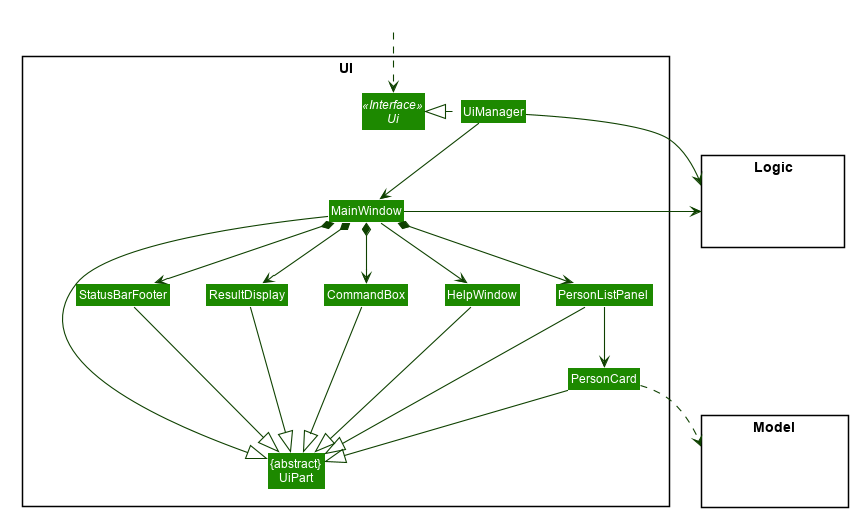
The PlantUML diagram docs/images/UiClassDiagram.png in nus-cs2103-AY1920S2/addressbook-level3, before a commit.
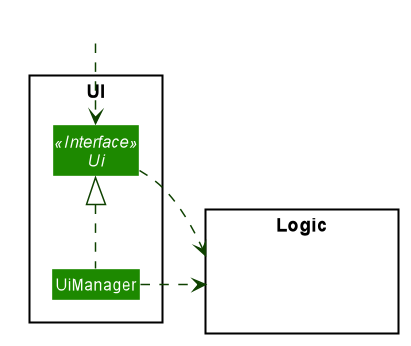
Above is the later version.

Commit message:
Update Model, UI, Storage and Logic Diagram.

The edit, as a diff of the source:
```diff
@@ -51,21 +51,9 @@
 skinparam arrowColor #0E4100
 skinparam classBackgroundColor #1D8900
 
-package UI <<Rectangle>>{
+package UI <<Rectangle>> {
 Interface Ui <<Interface>>
-Class "{abstract}\nUiPart" as UiPart
 Class UiManager
-Class MainWindow
-Class HelpWindow
-Class ResultDisplay
-Class PersonListPanel
-Class PersonCard
-Class StatusBarFooter
-Class CommandBox
-}
-
-package Model <<Rectangle>> {
-Class HiddenModel #FFFFFF
 }
 
 package Logic <<Rectangle>> {
@@ -75,33 +63,7 @@
 Class HiddenOutside #FFFFFF
 HiddenOutside ..> Ui
 
-UiManager .left.|> Ui
-UiManager -down-> MainWindow
-MainWindow --> HelpWindow
-MainWindow *-down-> CommandBox
-MainWindow *-down-> ResultDisplay
-MainWindow *-down-> PersonListPanel
-MainWindow *-down-> StatusBarFooter
-
-PersonListPanel -down-> PersonCard
-
-MainWindow -left-|> UiPart
-
-ResultDisplay --|> UiPart
-CommandBox --|> UiPart
-PersonListPanel --|> UiPart
-PersonCard --|> UiPart
-StatusBarFooter --|> UiPart
-HelpWindow -down-|> UiPart
-
-PersonCard ..> Model
-UiManager -right-> Logic
-MainWindow -left-> Logic
-
-PersonListPanel -[hidden]left- HelpWindow
-HelpWindow -[hidden]left- CommandBox
-CommandBox -[hidden]left- ResultDisplay
-ResultDisplay -[hidden]left- StatusBarFooter
-
-MainWindow -[hidden]-|> UiPart
+UiManager .up.|> Ui
+Ui .right.> Logic
+UiManager .right.> Logic
 @enduml
```
